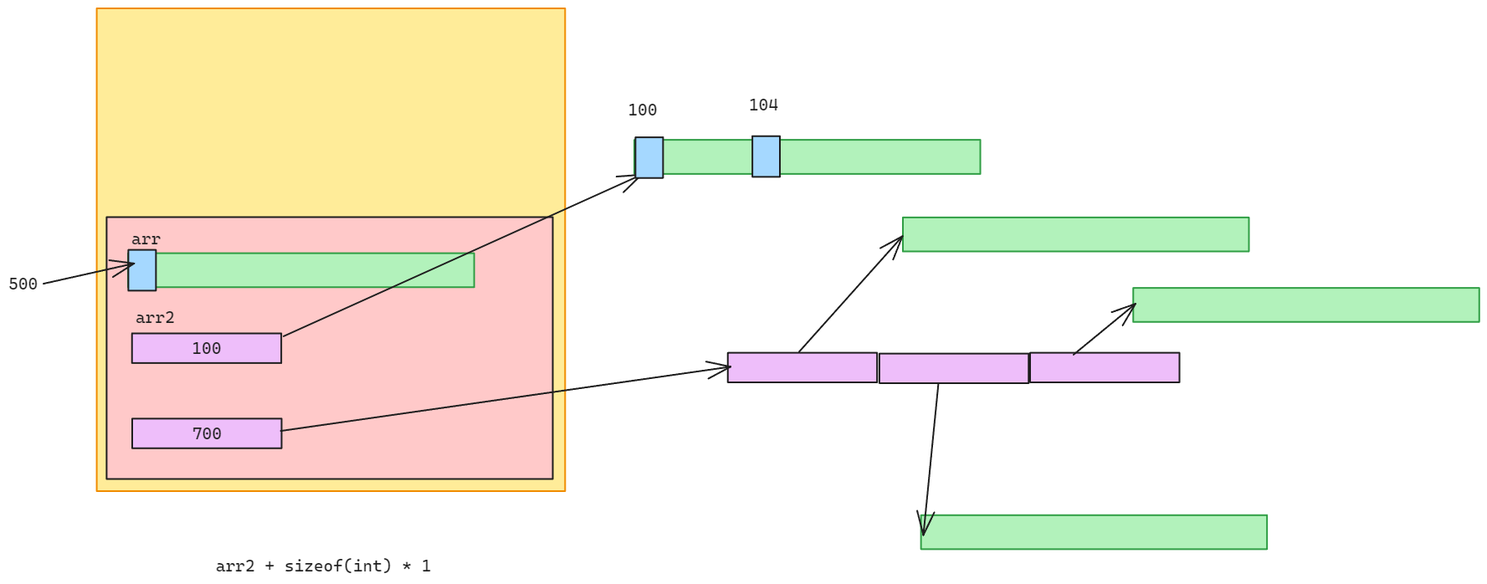
Earlier version of the Excalidraw export img/01_arrays.excalidraw.png (silvercodes/p32_dotnet_cs). Source tidied: one line per element, renumbered; positions are measured from the earlier drawing's top-left corner, leaving out a move shared by most shapes. Its diagram source:
```json
{"id": 0, "type": "rectangle", "strokeColor": "#f08c00", "backgroundColor": "#ffec99", "fillStyle": "solid", "strokeWidth": 2, "roughness": 0, "x": 106, "y": 0, "width": 560, "height": 577}
{"id": 1, "type": "rectangle", "strokeColor": "#1e1e1e", "backgroundColor": "#ffc9c9", "fillStyle": "solid", "strokeWidth": 2, "roughness": 0, "x": 117, "y": 250, "width": 533, "height": 313}
{"id": 2, "type": "rectangle", "strokeColor": "#2f9e44", "backgroundColor": "#b2f2bb", "fillStyle": "solid", "strokeWidth": 2, "roughness": 0, "x": 143, "y": 293, "width": 413, "height": 41}
{"id": 3, "type": "text", "text": "arr", "strokeColor": "#1e1e1e", "backgroundColor": "#ffc9c9", "fillStyle": "solid", "strokeWidth": 2, "roughness": 0, "fontSize": 20, "fontFamily": 3, "x": 147, "y": 263, "width": 35, "height": 24}
{"id": 4, "type": "rectangle", "strokeColor": "#2f9e44", "backgroundColor": "#b2f2bb", "fillStyle": "solid", "strokeWidth": 2, "roughness": 0, "x": 748, "y": 157, "width": 413, "height": 41}
{"id": 5, "type": "rectangle", "strokeColor": "#1e1e1e", "backgroundColor": "#eebefa", "fillStyle": "solid", "strokeWidth": 2, "roughness": 0, "x": 148, "y": 389, "width": 178, "height": 35}
{"id": 6, "type": "text", "text": "100", "strokeColor": "#1e1e1e", "backgroundColor": "#eebefa", "fillStyle": "solid", "strokeWidth": 2, "roughness": 0, "fontSize": 20, "fontFamily": 3, "textAlign": "center", "verticalAlign": "middle", "inside": 5, "x": 219, "y": 394, "width": 35, "height": 24}
{"id": 7, "type": "text", "text": "arr2", "strokeColor": "#1e1e1e", "backgroundColor": "#eebefa", "fillStyle": "solid", "strokeWidth": 2, "roughness": 0, "fontSize": 20, "fontFamily": 3, "x": 152, "y": 357, "width": 47, "height": 24}
{"id": 8, "type": "arrow", "strokeColor": "#1e1e1e", "backgroundColor": "#eebefa", "fillStyle": "solid", "strokeWidth": 2, "roughness": 0, "endArrowhead": "arrow", "from": 5, "to": 4, "x": 329, "y": 392, "width": 428, "height": 193, "points": [[0, 0], [428, -193]]}
{"id": 9, "type": "rectangle", "strokeColor": "#1e1e1e", "backgroundColor": "#a5d8ff", "fillStyle": "solid", "strokeWidth": 2, "roughness": 0, "x": 749, "y": 154, "width": 33, "height": 49}
{"id": 10, "type": "rectangle", "strokeColor": "#1e1e1e", "backgroundColor": "#a5d8ff", "fillStyle": "solid", "strokeWidth": 2, "roughness": 0, "x": 143, "y": 289, "width": 33, "height": 49}
{"id": 11, "type": "text", "text": "100", "strokeColor": "#1e1e1e", "backgroundColor": "#a5d8ff", "fillStyle": "solid", "strokeWidth": 2, "roughness": 0, "fontSize": 20, "fontFamily": 3, "x": 740, "y": 109, "width": 35, "height": 24}
{"id": 12, "type": "text", "text": "500", "strokeColor": "#1e1e1e", "backgroundColor": "#a5d8ff", "fillStyle": "solid", "strokeWidth": 2, "roughness": 0, "fontSize": 20, "fontFamily": 3, "x": 0, "y": 317, "width": 35, "height": 24}
{"id": 13, "type": "arrow", "strokeColor": "#1e1e1e", "backgroundColor": "#a5d8ff", "fillStyle": "solid", "strokeWidth": 2, "roughness": 0, "endArrowhead": "arrow", "from": 12, "x": 42, "y": 329, "width": 108, "height": 24, "points": [[0, 0], [108, -24]]}
{"id": 14, "type": "rectangle", "strokeColor": "#1e1e1e", "backgroundColor": "#a5d8ff", "fillStyle": "solid", "strokeWidth": 2, "roughness": 0, "x": 889, "y": 153, "width": 33, "height": 49}
{"id": 15, "type": "text", "text": "104", "strokeColor": "#1e1e1e", "backgroundColor": "#a5d8ff", "fillStyle": "solid", "strokeWidth": 2, "roughness": 0, "fontSize": 20, "fontFamily": 3, "x": 885, "y": 103, "width": 35, "height": 24}
{"id": 16, "type": "text", "text": "arr2 + sizeof(int) * 1", "strokeColor": "#1e1e1e", "backgroundColor": "#a5d8ff", "fillStyle": "solid", "strokeWidth": 2, "roughness": 0, "fontSize": 20, "fontFamily": 3, "x": 248, "y": 654, "width": 258, "height": 24}
{"id": 17, "type": "rectangle", "strokeColor": "#1e1e1e", "backgroundColor": "#eebefa", "fillStyle": "solid", "strokeWidth": 2, "roughness": 0, "x": 148, "y": 490, "width": 178, "height": 35}
{"id": 18, "type": "text", "text": "700", "strokeColor": "#1e1e1e", "backgroundColor": "#eebefa", "fillStyle": "solid", "strokeWidth": 2, "roughness": 0, "fontSize": 20, "fontFamily": 3, "textAlign": "center", "verticalAlign": "middle", "inside": 17, "x": 220, "y": 496, "width": 35, "height": 24}
{"id": 19, "type": "rectangle", "strokeColor": "#1e1e1e", "backgroundColor": "#eebefa", "fillStyle": "solid", "strokeWidth": 2, "roughness": 0, "x": 860, "y": 412, "width": 178, "height": 35}
{"id": 20, "type": "rectangle", "strokeColor": "#1e1e1e", "backgroundColor": "#eebefa", "fillStyle": "solid", "strokeWidth": 2, "roughness": 0, "x": 1041, "y": 413, "width": 178, "height": 35}
{"id": 21, "type": "rectangle", "strokeColor": "#1e1e1e", "backgroundColor": "#eebefa", "fillStyle": "solid", "strokeWidth": 2, "roughness": 0, "x": 1221, "y": 412, "width": 178, "height": 35}
{"id": 22, "type": "arrow", "strokeColor": "#1e1e1e", "backgroundColor": "#a5d8ff", "fillStyle": "solid", "strokeWidth": 2, "roughness": 0, "endArrowhead": "arrow", "x": 326, "y": 505, "width": 538, "height": 77, "points": [[0, 0], [538, -77]]}
{"id": 23, "type": "rectangle", "strokeColor": "#2f9e44", "backgroundColor": "#b2f2bb", "fillStyle": "solid", "strokeWidth": 2, "roughness": 0, "x": 1069, "y": 250, "width": 413, "height": 41}
{"id": 24, "type": "arrow", "strokeColor": "#1e1e1e", "backgroundColor": "#a5d8ff", "fillStyle": "solid", "strokeWidth": 2, "roughness": 0, "endArrowhead": "arrow", "from": 19, "to": 23, "x": 945, "y": 410, "width": 123, "height": 138, "points": [[0, 0], [123, -138]]}
{"id": 25, "type": "rectangle", "strokeColor": "#2f9e44", "backgroundColor": "#b2f2bb", "fillStyle": "solid", "strokeWidth": 2, "roughness": 0, "x": 1091, "y": 606, "width": 413, "height": 41}
{"id": 26, "type": "arrow", "strokeColor": "#1e1e1e", "backgroundColor": "#a5d8ff", "fillStyle": "solid", "strokeWidth": 2, "roughness": 0, "endArrowhead": "arrow", "from": 20, "x": 1111, "y": 448, "width": 18, "height": 182, "points": [[0, 0], [-18, 182]]}
{"id": 27, "type": "rectangle", "strokeColor": "#2f9e44", "backgroundColor": "#b2f2bb", "fillStyle": "solid", "strokeWidth": 2, "roughness": 0, "x": 1344, "y": 334, "width": 413, "height": 41}
{"id": 28, "type": "arrow", "strokeColor": "#1e1e1e", "backgroundColor": "#a5d8ff", "fillStyle": "solid", "strokeWidth": 2, "roughness": 0, "endArrowhead": "arrow", "x": 1273, "y": 414, "width": 74, "height": 61, "points": [[0, 0], [74, -61]]}
```
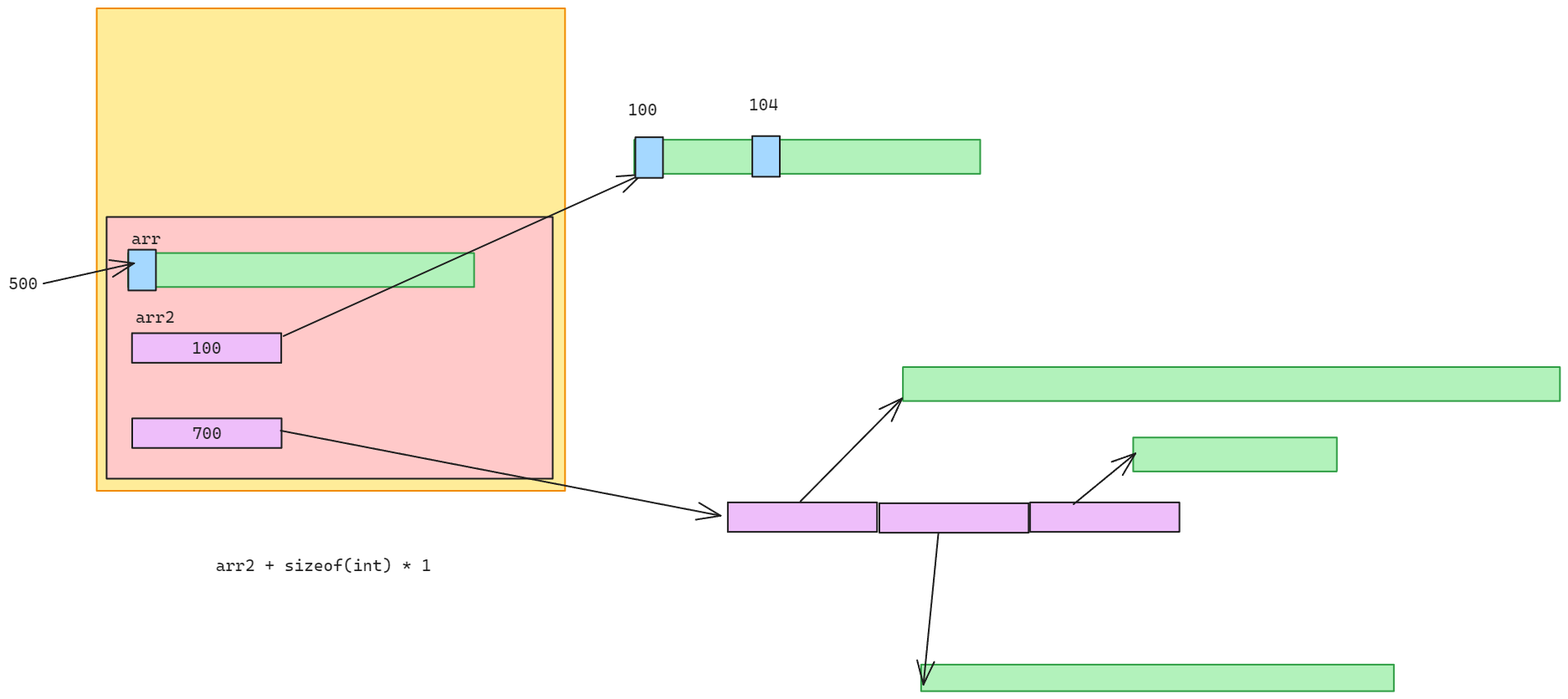
Above is the later version.

What changed in the source:
```diff
@@ -17,13 +17,13 @@
 {"id": 16, "type": "text", "text": "arr2 + sizeof(int) * 1", "strokeColor": "#1e1e1e", "backgroundColor": "#a5d8ff", "fillStyle": "solid", "strokeWidth": 2, "roughness": 0, "fontSize": 20, "fontFamily": 3, "x": 248, "y": 654, "width": 258, "height": 24}
 {"id": 17, "type": "rectangle", "strokeColor": "#1e1e1e", "backgroundColor": "#eebefa", "fillStyle": "solid", "strokeWidth": 2, "roughness": 0, "x": 148, "y": 490, "width": 178, "height": 35}
 {"id": 18, "type": "text", "text": "700", "strokeColor": "#1e1e1e", "backgroundColor": "#eebefa", "fillStyle": "solid", "strokeWidth": 2, "roughness": 0, "fontSize": 20, "fontFamily": 3, "textAlign": "center", "verticalAlign": "middle", "inside": 17, "x": 220, "y": 496, "width": 35, "height": 24}
-{"id": 19, "type": "rectangle", "strokeColor": "#1e1e1e", "backgroundColor": "#eebefa", "fillStyle": "solid", "strokeWidth": 2, "roughness": 0, "x": 860, "y": 412, "width": 178, "height": 35}
+{"id": 19, "type": "rectangle", "strokeColor": "#1e1e1e", "backgroundColor": "#eebefa", "fillStyle": "solid", "strokeWidth": 2, "roughness": 0, "x": 860, "y": 591, "width": 178, "height": 35}
-{"id": 20, "type": "rectangle", "strokeColor": "#1e1e1e", "backgroundColor": "#eebefa", "fillStyle": "solid", "strokeWidth": 2, "roughness": 0, "x": 1041, "y": 413, "width": 178, "height": 35}
+{"id": 20, "type": "rectangle", "strokeColor": "#1e1e1e", "backgroundColor": "#eebefa", "fillStyle": "solid", "strokeWidth": 2, "roughness": 0, "x": 1041, "y": 592, "width": 178, "height": 35}
-{"id": 21, "type": "rectangle", "strokeColor": "#1e1e1e", "backgroundColor": "#eebefa", "fillStyle": "solid", "strokeWidth": 2, "roughness": 0, "x": 1221, "y": 412, "width": 178, "height": 35}
+{"id": 21, "type": "rectangle", "strokeColor": "#1e1e1e", "backgroundColor": "#eebefa", "fillStyle": "solid", "strokeWidth": 2, "roughness": 0, "x": 1221, "y": 591, "width": 178, "height": 35}
-{"id": 22, "type": "arrow", "strokeColor": "#1e1e1e", "backgroundColor": "#a5d8ff", "fillStyle": "solid", "strokeWidth": 2, "roughness": 0, "endArrowhead": "arrow", "x": 326, "y": 505, "width": 538, "height": 77, "points": [[0, 0], [538, -77]]}
+{"id": 22, "type": "arrow", "strokeColor": "#1e1e1e", "backgroundColor": "#a5d8ff", "fillStyle": "solid", "strokeWidth": 2, "roughness": 0, "endArrowhead": "arrow", "to": 19, "x": 326, "y": 505, "width": 526, "height": 102, "points": [[0, 0], [526, 102]]}
-{"id": 23, "type": "rectangle", "strokeColor": "#2f9e44", "backgroundColor": "#b2f2bb", "fillStyle": "solid", "strokeWidth": 2, "roughness": 0, "x": 1069, "y": 250, "width": 413, "height": 41}
+{"id": 23, "type": "rectangle", "strokeColor": "#2f9e44", "backgroundColor": "#b2f2bb", "fillStyle": "solid", "strokeWidth": 2, "roughness": 0, "x": 1069, "y": 429, "width": 785, "height": 41}
-{"id": 24, "type": "arrow", "strokeColor": "#1e1e1e", "backgroundColor": "#a5d8ff", "fillStyle": "solid", "strokeWidth": 2, "roughness": 0, "endArrowhead": "arrow", "from": 19, "to": 23, "x": 945, "y": 410, "width": 123, "height": 138, "points": [[0, 0], [123, -138]]}
+{"id": 24, "type": "arrow", "strokeColor": "#1e1e1e", "backgroundColor": "#a5d8ff", "fillStyle": "solid", "strokeWidth": 2, "roughness": 0, "endArrowhead": "arrow", "from": 19, "to": 23, "x": 947, "y": 590, "width": 121, "height": 123, "points": [[0, 0], [121, -123]]}
-{"id": 25, "type": "rectangle", "strokeColor": "#2f9e44", "backgroundColor": "#b2f2bb", "fillStyle": "solid", "strokeWidth": 2, "roughness": 0, "x": 1091, "y": 606, "width": 413, "height": 41}
+{"id": 25, "type": "rectangle", "strokeColor": "#2f9e44", "backgroundColor": "#b2f2bb", "fillStyle": "solid", "strokeWidth": 2, "roughness": 0, "x": 1091, "y": 785, "width": 565, "height": 32}
-{"id": 26, "type": "arrow", "strokeColor": "#1e1e1e", "backgroundColor": "#a5d8ff", "fillStyle": "solid", "strokeWidth": 2, "roughness": 0, "endArrowhead": "arrow", "from": 20, "x": 1111, "y": 448, "width": 18, "height": 182, "points": [[0, 0], [-18, 182]]}
+{"id": 26, "type": "arrow", "strokeColor": "#1e1e1e", "backgroundColor": "#a5d8ff", "fillStyle": "solid", "strokeWidth": 2, "roughness": 0, "endArrowhead": "arrow", "from": 20, "x": 1112, "y": 627, "width": 18, "height": 182, "points": [[0, 0], [-18, 182]]}
-{"id": 27, "type": "rectangle", "strokeColor": "#2f9e44", "backgroundColor": "#b2f2bb", "fillStyle": "solid", "strokeWidth": 2, "roughness": 0, "x": 1344, "y": 334, "width": 413, "height": 41}
+{"id": 27, "type": "rectangle", "strokeColor": "#2f9e44", "backgroundColor": "#b2f2bb", "fillStyle": "solid", "strokeWidth": 2, "roughness": 0, "x": 1344, "y": 513, "width": 243, "height": 41}
-{"id": 28, "type": "arrow", "strokeColor": "#1e1e1e", "backgroundColor": "#a5d8ff", "fillStyle": "solid", "strokeWidth": 2, "roughness": 0, "endArrowhead": "arrow", "x": 1273, "y": 414, "width": 74, "height": 61, "points": [[0, 0], [74, -61]]}
+{"id": 28, "type": "arrow", "strokeColor": "#1e1e1e", "backgroundColor": "#a5d8ff", "fillStyle": "solid", "strokeWidth": 2, "roughness": 0, "endArrowhead": "arrow", "x": 1273, "y": 593, "width": 74, "height": 61, "points": [[0, 0], [74, -61]]}
```
